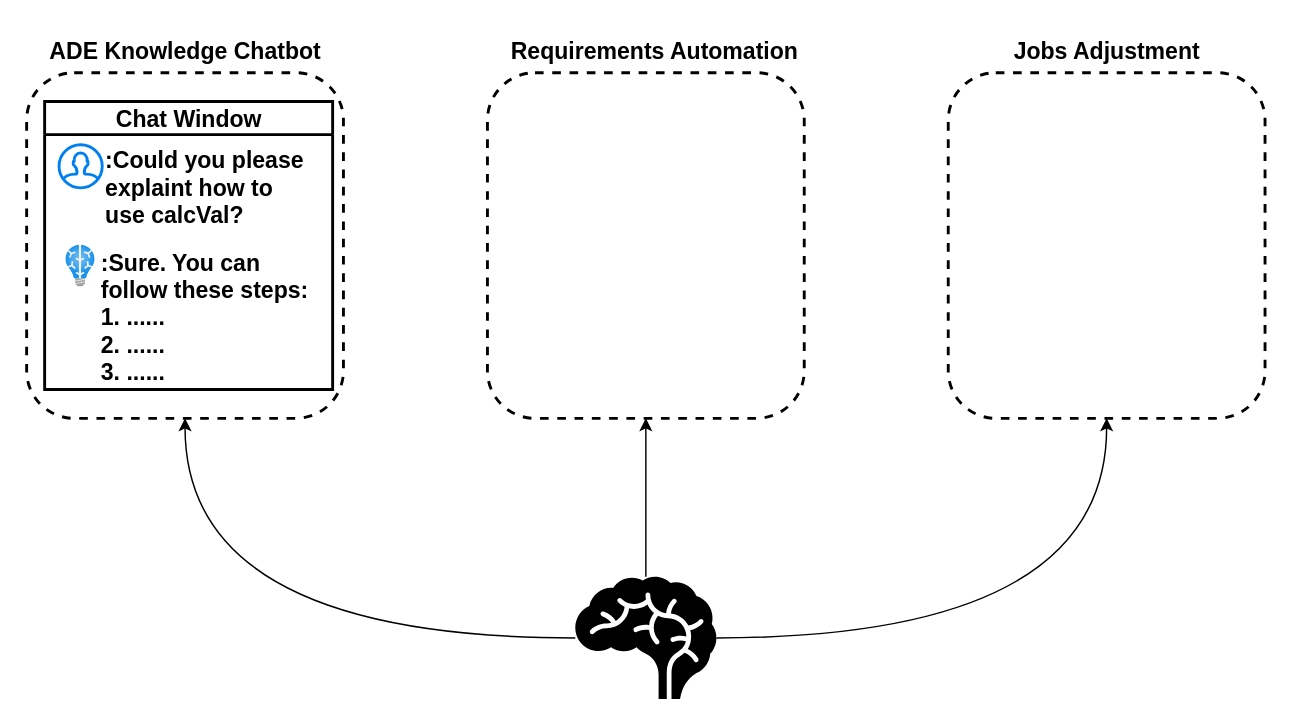
Earlier version of the draw.io diagram ADE_copilot/drawio/ADE_copilot/WhatCanADECopilotCanDo.drawio (xpc123/forSync). Source tidied: cells renumbered, new cells numbered last; positions are measured from the earlier drawing's top-left corner, leaving out a move shared by most shapes. Both pictures are drawn from the tidied source at 144%, with x=0, y=0 at pixel (26, 29).
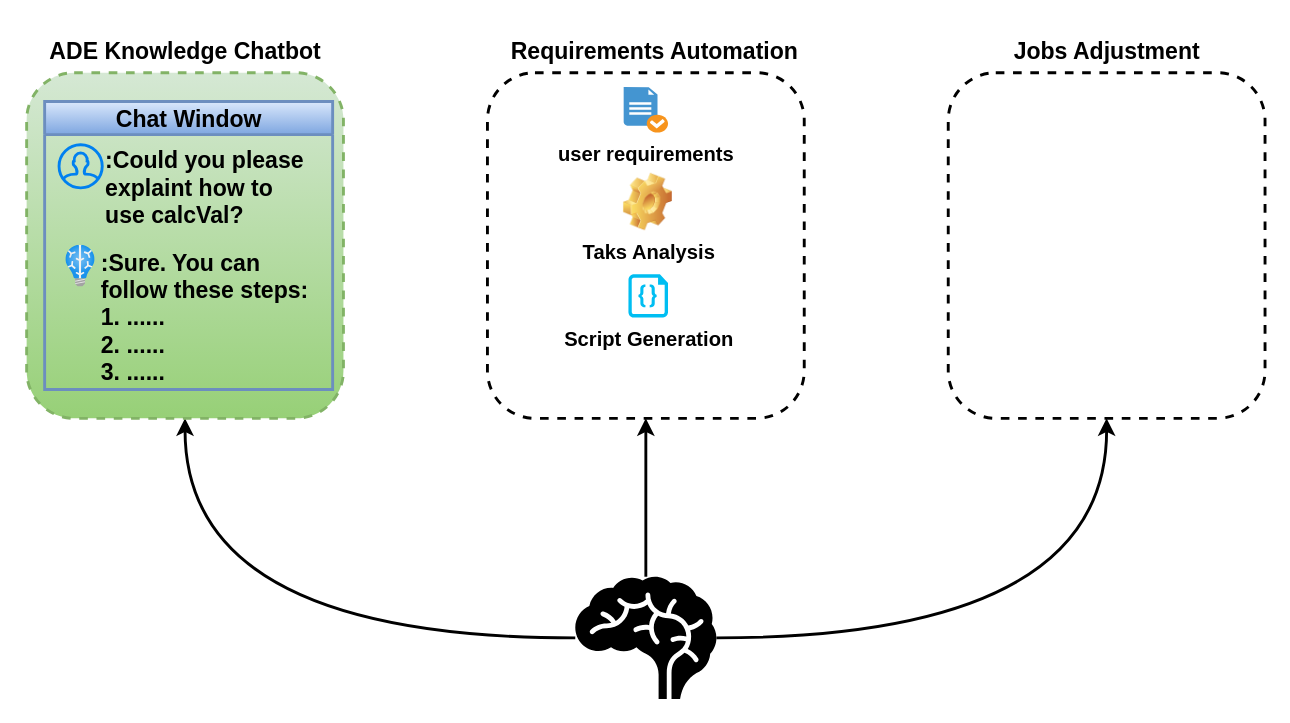
Above is the later version.

Unchanged cells that the change refers to:
```xml
<mxCell id="5" style="shape=mxgraph.signs.healthcare.brain;html=1;fillColor=#000000;strokeColor=none;verticalLabelPosition=bottom;verticalAlign=top;align=center;" parent="1" vertex="1">
  <mxGeometry x="381" y="380" width="98" height="85" as="geometry" />
</mxCell>
<mxCell id="7" style="rounded=1;whiteSpace=wrap;html=1;dashed=1;strokeWidth=2;" parent="1" vertex="1">
  <mxGeometry x="320" y="30" width="220" height="240" as="geometry" />
</mxCell>
<mxCell id="8" style="rounded=1;whiteSpace=wrap;html=1;dashed=1;strokeWidth=2;" parent="1" vertex="1">
  <mxGeometry x="640" y="30" width="220" height="240" as="geometry" />
</mxCell>
<mxCell id="14" style="group;" parent="12" vertex="1">
  <mxGeometry x="10" y="30" width="180" height="60" as="geometry" />
</mxCell>
```

The edit, as a diff of the source:
```diff
@@
-    <mxCell id="2" style="edgeStyle=orthogonalEdgeStyle;rounded=0;jettySize=auto;html=1;curved=1;" parent="1" edge="1" source="5" target="6">
+    <mxCell id="2" style="edgeStyle=orthogonalEdgeStyle;rounded=0;jettySize=auto;html=1;curved=1;strokeWidth=2;" parent="1" edge="1" source="5" target="6">
       <mxGeometry relative="1" as="geometry" />
     </mxCell>
-    <mxCell id="3" style="edgeStyle=orthogonalEdgeStyle;curved=1;rounded=0;jettySize=auto;html=1;" parent="1" edge="1" source="5" target="7">
+    <mxCell id="3" style="edgeStyle=orthogonalEdgeStyle;curved=1;rounded=0;jettySize=auto;html=1;strokeWidth=2;" parent="1" edge="1" source="5" target="7">
       <mxGeometry relative="1" as="geometry" />
     </mxCell>
-    <mxCell id="4" style="edgeStyle=orthogonalEdgeStyle;curved=1;rounded=0;jettySize=auto;html=1;entryX=0.5;entryY=1;entryDx=0;entryDy=0;" parent="1" edge="1" source="5" target="8">
+    <mxCell id="4" style="edgeStyle=orthogonalEdgeStyle;curved=1;rounded=0;jettySize=auto;html=1;entryX=0.5;entryY=1;entryDx=0;entryDy=0;strokeWidth=2;" parent="1" edge="1" source="5" target="8">
       <mxGeometry relative="1" as="geometry" />
     </mxCell>
@@
-    <mxCell id="6" style="rounded=1;whiteSpace=wrap;html=1;dashed=1;strokeWidth=2;" parent="1" vertex="1">
+    <mxCell id="6" style="rounded=1;whiteSpace=wrap;html=1;dashed=1;strokeWidth=2;fillColor=#d5e8d4;gradientColor=#97d077;strokeColor=#82b366;" parent="1" vertex="1">
       <mxGeometry y="30" width="220" height="240" as="geometry" />
     </mxCell>
@@
-    <mxCell id="9" value="&lt;span style=&quot;font-size: 16px;&quot;&gt;&lt;b&gt;ADE Knowledge Chatbot&lt;/b&gt;&lt;/span&gt;" style="text;html=1;strokeColor=none;fillColor=none;align=center;verticalAlign=middle;whiteSpace=wrap;rounded=0;dashed=1;strokeWidth=2;" parent="1" vertex="1">
+    <mxCell id="9" value="&lt;span style=&quot;font-size: 16px;&quot;&gt;&lt;b&gt;ADE Knowledge Chatbot&lt;/b&gt;&lt;/span&gt;" style="text;html=1;align=center;verticalAlign=middle;whiteSpace=wrap;rounded=0;dashed=1;strokeWidth=2;" parent="1" vertex="1">
       <mxGeometry x="7.5" width="205" height="30" as="geometry" />
     </mxCell>
@@
-    <mxCell id="12" value="Chat Window" style="swimlane;whiteSpace=wrap;html=1;strokeWidth=2;fontSize=16;" parent="1" vertex="1">
+    <mxCell id="12" value="Chat Window" style="swimlane;whiteSpace=wrap;html=1;strokeWidth=2;fontSize=16;fillColor=#dae8fc;gradientColor=#7ea6e0;strokeColor=#6c8ebf;" parent="1" vertex="1">
       <mxGeometry x="12.5" y="50" width="200" height="200" as="geometry" />
     </mxCell>
-    <mxCell id="13" style="html=1;align=center;image;fontSize=12;image=img/lib/azure2/ai_machine_learning/Batch_AI.svg;strokeWidth=2;" parent="12" vertex="1">
+    <mxCell id="13" style="html=1;align=center;image;fontSize=12;image=img/lib/azure2/ai_machine_learning/Batch_AI.svg;strokeWidth=2;fillColor=#d5e8d4;gradientColor=#97d077;strokeColor=#82b366;" parent="12" vertex="1">
       <mxGeometry x="14.8" y="100" width="20.5" height="29" as="geometry" />
     </mxCell>
@@
-    <mxCell id="15" value="&lt;b&gt;:Could you please explaint how to use calcVal?&lt;/b&gt;" style="text;html=1;strokeColor=none;fillColor=none;align=left;verticalAlign=middle;whiteSpace=wrap;rounded=0;strokeWidth=2;fontSize=16;" parent="14" vertex="1">
+    <mxCell id="15" value="&lt;b&gt;:Could you please explaint how to use calcVal?&lt;/b&gt;" style="text;html=1;align=left;verticalAlign=middle;whiteSpace=wrap;rounded=0;strokeWidth=2;fontSize=16;" parent="14" vertex="1">
       <mxGeometry x="30" width="150" height="60" as="geometry" />
     </mxCell>
@@
-    <mxCell id="17" value="&lt;b&gt;:Sure. You can follow these steps:&lt;br&gt;1. ......&lt;br&gt;2.&amp;nbsp;&lt;/b&gt;&lt;b&gt;......&lt;/b&gt;&lt;b&gt;&lt;br&gt;3.&amp;nbsp;&lt;/b&gt;&lt;b&gt;......&lt;/b&gt;&lt;b&gt;&lt;br&gt;&lt;/b&gt;" style="text;html=1;strokeColor=none;fillColor=none;align=left;verticalAlign=middle;whiteSpace=wrap;rounded=0;strokeWidth=2;fontSize=16;" parent="1" vertex="1">
+    <mxCell id="17" value="&lt;b&gt;:Sure. You can follow these steps:&lt;br&gt;1. ......&lt;br&gt;2.&amp;nbsp;&lt;/b&gt;&lt;b&gt;......&lt;/b&gt;&lt;b&gt;&lt;br&gt;3.&amp;nbsp;&lt;/b&gt;&lt;b&gt;......&lt;/b&gt;&lt;b&gt;&lt;br&gt;&lt;/b&gt;" style="text;html=1;align=left;verticalAlign=middle;whiteSpace=wrap;rounded=0;strokeWidth=2;fontSize=16;" parent="1" vertex="1">
       <mxGeometry x="50" y="150" width="150" height="100" as="geometry" />
     </mxCell>
+    <mxCell id="18" value="&lt;font style=&quot;font-size: 14px;&quot;&gt;&lt;b&gt;user requirements&lt;/b&gt;&lt;/font&gt;" style="shadow=0;dashed=0;html=1;strokeColor=none;fillColor=#4495D1;labelPosition=center;verticalLabelPosition=bottom;verticalAlign=top;align=center;shape=mxgraph.veeam.checked_doc;" parent="1" vertex="1">
+      <mxGeometry x="414.6" y="40" width="30.8" height="31.6" as="geometry" />
+    </mxCell>
+    <mxCell id="19" value="&lt;font style=&quot;font-size: 14px;&quot;&gt;&lt;b&gt;Script Generation&lt;/b&gt;&lt;/font&gt;" style="verticalLabelPosition=bottom;html=1;verticalAlign=top;align=center;strokeColor=none;fillColor=#00BEF2;shape=mxgraph.azure.code_file;" parent="1" vertex="1">
+      <mxGeometry x="417.9" y="170" width="27.5" height="30" as="geometry" />
+    </mxCell>
+    <mxCell id="20" value="&lt;font style=&quot;font-size: 14px;&quot;&gt;&lt;b&gt;Taks Analysis&lt;/b&gt;&lt;/font&gt;" style="shape=image;html=1;verticalLabelPosition=bottom;verticalAlign=top;imageAspect=1;image=img/clipart/Gear_128x128.png;" parent="1" vertex="1">
+      <mxGeometry x="414.6" y="100" width="34" height="39.9" as="geometry" />
+    </mxCell>
```
